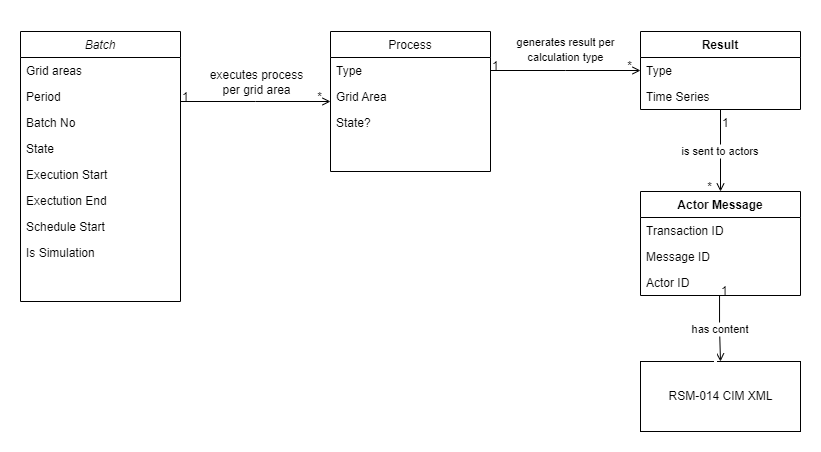
This is docs/images/process-terms.drawio.png from Energinet-DataHub/opengeh-wholesale, a draw.io export, as it was before one commit. Source tidied: cells renumbered, new cells last; positions are measured from the earlier drawing's top-left corner, leaving out a move shared by most shapes.
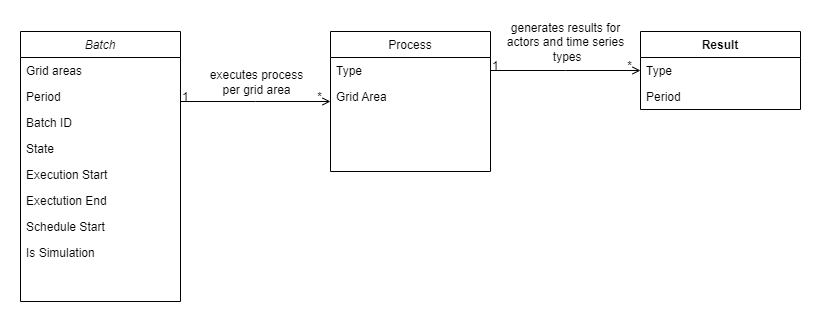
After the commit.

What changed in the source:
```diff
@@ -1,4 +1,4 @@
-<mxGraphModel>
+<mxGraphModel background="#ffffff">
   <root>
     <mxCell id="0" />
     <mxCell id="1" parent="0" />
@@ -11,7 +11,7 @@
     <mxCell id="4" value="Period&#10;" style="text;align=left;verticalAlign=top;spacingLeft=4;spacingRight=4;overflow=hidden;rounded=0;shadow=0;html=0;" parent="2" vertex="1">
       <mxGeometry y="52" width="160" height="26" as="geometry" />
     </mxCell>
-    <mxCell id="5" value="Batch No" style="text;align=left;verticalAlign=top;spacingLeft=4;spacingRight=4;overflow=hidden;rounded=0;shadow=0;html=0;" parent="2" vertex="1">
+    <mxCell id="5" value="Batch ID" style="text;align=left;verticalAlign=top;spacingLeft=4;spacingRight=4;overflow=hidden;rounded=0;shadow=0;html=0;" parent="2" vertex="1">
       <mxGeometry y="78" width="160" height="26" as="geometry" />
     </mxCell>
     <mxCell id="6" value="State" style="text;align=left;verticalAlign=top;spacingLeft=4;spacingRight=4;overflow=hidden;rounded=0;shadow=0;html=0;" parent="2" vertex="1">
@@ -38,9 +38,6 @@
     <mxCell id="13" value="Grid Area" style="text;align=left;verticalAlign=top;spacingLeft=4;spacingRight=4;overflow=hidden;rounded=0;shadow=0;html=0;" parent="11" vertex="1">
       <mxGeometry y="52" width="160" height="26" as="geometry" />
     </mxCell>
-    <mxCell id="14" value="State?" style="text;align=left;verticalAlign=top;spacingLeft=4;spacingRight=4;overflow=hidden;rounded=0;shadow=0;html=0;" parent="11" vertex="1">
-      <mxGeometry y="78" width="160" height="26" as="geometry" />
-    </mxCell>
     <mxCell id="15" style="endArrow=open;shadow=0;strokeWidth=1;rounded=0;endFill=1;edgeStyle=elbowEdgeStyle;elbow=vertical;" parent="1" edge="1" source="2" target="11">
       <mxGeometry x="0.5" y="41" relative="1" as="geometry">
         <mxPoint x="-40" y="32" as="offset" />
@@ -67,53 +64,9 @@
     <mxCell id="20" value="Type" style="text;strokeColor=none;fillColor=none;align=left;verticalAlign=top;spacingLeft=4;spacingRight=4;overflow=hidden;" parent="19" vertex="1">
       <mxGeometry y="26" width="160" height="26" as="geometry" />
     </mxCell>
-    <mxCell id="21" value="Time Series" style="text;strokeColor=none;fillColor=none;align=left;verticalAlign=top;spacingLeft=4;spacingRight=4;overflow=hidden;" parent="19" vertex="1">
+    <mxCell id="21" value="Period" style="text;strokeColor=none;fillColor=none;align=left;verticalAlign=top;spacingLeft=4;spacingRight=4;overflow=hidden;" parent="19" vertex="1">
       <mxGeometry y="52" width="160" height="26" as="geometry" />
     </mxCell>
-    <mxCell id="22" value="Actor Message" style="swimlane;fontStyle=1;align=center;verticalAlign=top;horizontal=1;startSize=26;" parent="1" vertex="1">
-      <mxGeometry x="620" y="160" width="160" height="104" as="geometry" />
-    </mxCell>
-    <mxCell id="23" value="Transaction ID" style="text;strokeColor=none;fillColor=none;align=left;verticalAlign=top;spacingLeft=4;spacingRight=4;overflow=hidden;" parent="22" vertex="1">
-      <mxGeometry y="26" width="160" height="26" as="geometry" />
-    </mxCell>
-    <mxCell id="24" value="Message ID" style="text;strokeColor=none;fillColor=none;align=left;verticalAlign=top;spacingLeft=4;spacingRight=4;overflow=hidden;" parent="22" vertex="1">
-      <mxGeometry y="52" width="160" height="26" as="geometry" />
-    </mxCell>
-    <mxCell id="25" value="Actor ID" style="text;strokeColor=none;fillColor=none;align=left;verticalAlign=top;spacingLeft=4;spacingRight=4;overflow=hidden;points=[[0,0.5],[1,0.5]];portConstraint=eastwest;" parent="22" vertex="1">
-      <mxGeometry y="78" width="160" height="26" as="geometry" />
-    </mxCell>
-    <mxCell id="26" value="is sent to actors" style="endArrow=open;shadow=0;strokeWidth=1;rounded=0;endFill=1;edgeStyle=elbowEdgeStyle;elbow=vertical;entryX=0.5;entryY=0;entryDx=0;entryDy=0;exitX=0.5;exitY=1;exitDx=0;exitDy=0;" parent="1" edge="1" source="19" target="22">
-      <mxGeometry relative="1" as="geometry" />
-    </mxCell>
-    <mxCell id="27" value="1" style="align=left;verticalAlign=bottom;labelBackgroundColor=none;fontSize=12;" parent="26" vertex="1">
-      <mxGeometry x="-1" relative="1" as="geometry">
-        <mxPoint y="22" as="offset" />
-      </mxGeometry>
-    </mxCell>
-    <mxCell id="28" value="*" style="align=right;verticalAlign=bottom;labelBackgroundColor=none;fontSize=12;" parent="26" vertex="1">
-      <mxGeometry x="1" relative="1" as="geometry">
-        <mxPoint x="-7" y="4" as="offset" />
-      </mxGeometry>
-    </mxCell>
-    <mxCell id="29" value="RSM-014 CIM XML" style="html=1;" parent="1" vertex="1">
-      <mxGeometry x="620" y="330" width="160" height="70" as="geometry" />
-    </mxCell>
-    <mxCell id="30" value="has content" style="endArrow=open;shadow=0;strokeWidth=1;rounded=0;endFill=1;edgeStyle=elbowEdgeStyle;elbow=vertical;entryX=0.5;entryY=0;entryDx=0;entryDy=0;exitX=0.494;exitY=1;exitDx=0;exitDy=0;exitPerimeter=0;" parent="1" edge="1" source="25" target="29">
-      <mxGeometry x="0.01" relative="1" as="geometry" />
-    </mxCell>
-    <mxCell id="31" value="1" style="align=left;verticalAlign=bottom;labelBackgroundColor=none;fontSize=12;" parent="30" vertex="1">
-      <mxGeometry x="-1" relative="1" as="geometry">
-        <mxPoint y="4" as="offset" />
-      </mxGeometry>
-    </mxCell>
-    <mxCell id="32" value=" " style="align=right;verticalAlign=bottom;labelBackgroundColor=none;fontSize=12;" parent="30" vertex="1">
-      <mxGeometry x="1" relative="1" as="geometry">
-        <mxPoint x="-7" y="4" as="offset" />
-      </mxGeometry>
-    </mxCell>
-    <mxCell id="33" value="&amp;nbsp;" style="edgeLabel;html=1;align=center;verticalAlign=middle;" parent="30" vertex="1">
-      <mxGeometry x="0.87" y="-6" relative="1" as="geometry" />
-    </mxCell>
     <mxCell id="34" style="endArrow=open;shadow=0;strokeWidth=1;rounded=0;endFill=1;edgeStyle=elbowEdgeStyle;elbow=vertical;entryX=0;entryY=0.5;entryDx=0;entryDy=0;exitX=1;exitY=0.5;exitDx=0;exitDy=0;" parent="1" edge="1" source="12" target="19">
       <mxGeometry x="0.5" y="41" relative="1" as="geometry">
         <mxPoint x="-40" y="32" as="offset" />
@@ -129,7 +82,7 @@
         <mxPoint x="-7" y="4" as="offset" />
       </mxGeometry>
     </mxCell>
-    <mxCell id="37" value="&lt;br&gt;&lt;span style=&quot;color: rgb(0, 0, 0); font-family: Helvetica; font-size: 11px; font-style: normal; font-variant-ligatures: normal; font-variant-caps: normal; font-weight: 400; letter-spacing: normal; orphans: 2; text-align: center; text-indent: 0px; text-transform: none; widows: 2; word-spacing: 0px; -webkit-text-stroke-width: 0px; background-color: rgb(255, 255, 255); text-decoration-thickness: initial; text-decoration-style: initial; text-decoration-color: initial; float: none; display: inline !important;&quot;&gt;generates result per&lt;br&gt;calculation type&lt;/span&gt;" style="text;html=1;align=center;verticalAlign=middle;labelBackgroundColor=none;rounded=0;shadow=0;strokeWidth=1;fontSize=12;" parent="34" vertex="1">
+    <mxCell id="37" value="generates results for&lt;br&gt;actors and time series&lt;br&gt;&amp;nbsp;types" style="text;html=1;align=center;verticalAlign=middle;labelBackgroundColor=none;rounded=0;shadow=0;strokeWidth=1;fontSize=12;" parent="34" vertex="1">
       <mxGeometry x="0.5" y="49" relative="1" as="geometry">
         <mxPoint x="-39" y="20" as="offset" />
       </mxGeometry>
```
